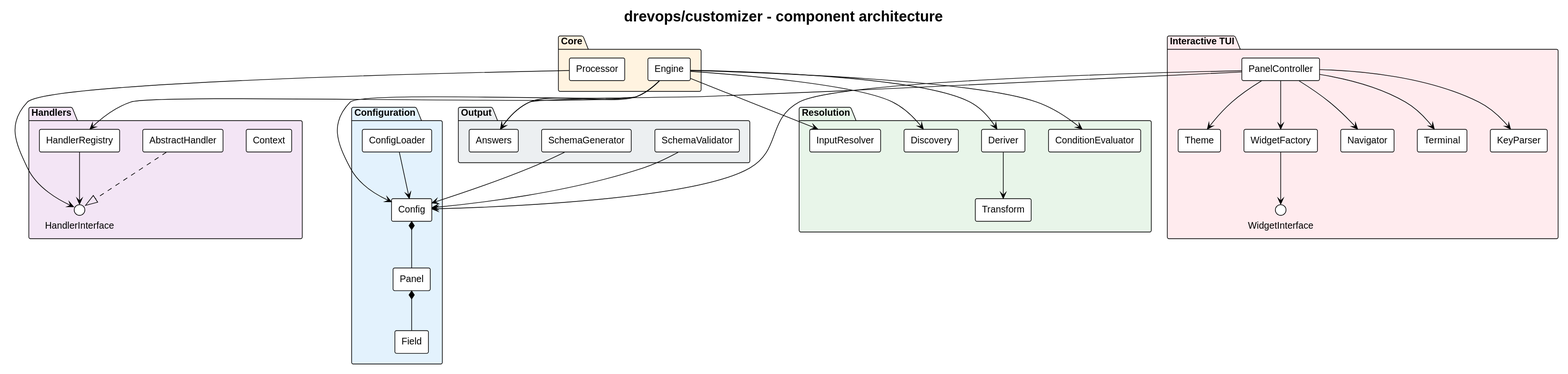
drevops/vortex keeps this PlantUML diagram as .vortex/tui/docs/architecture/architecture.svg. Above is the earlier version. Source of this version:
```plantuml
@startuml
!theme plain
skinparam backgroundColor white
skinparam defaultFontName Helvetica
skinparam shadowing false
skinparam componentStyle rectangle
title drevops/customizer - component architecture

package "Configuration" #E3F2FD {
  [ConfigLoader]
  [Config]
  [Panel]
  [Field]
}

package "Core" #FFF3E0 {
  [Engine]
  [Processor]
}

package "Resolution" #E8F5E9 {
  [InputResolver]
  [Discovery]
  [Deriver]
  [Transform]
  [ConditionEvaluator]
}

package "Handlers" #F3E5F5 {
  [HandlerRegistry]
  interface HandlerInterface
  [AbstractHandler]
  [Context]
}

package "Output" #ECEFF1 {
  [Answers]
  [SchemaGenerator]
  [SchemaValidator]
}

package "Interactive TUI" #FFEBEE {
  [PanelController]
  [Theme]
  [WidgetFactory]
  interface WidgetInterface
  [Navigator]
  [Terminal]
  [KeyParser]
}

[ConfigLoader] --> [Config]
[Config] *-- [Panel]
[Panel] *-- [Field]

[Engine] --> [Config]
[Engine] --> [InputResolver]
[Engine] --> [Discovery]
[Engine] --> [Deriver]
[Deriver] --> [Transform]
[Engine] --> [ConditionEvaluator]
[Engine] --> [HandlerRegistry]
[HandlerRegistry] --> HandlerInterface
[AbstractHandler] ..|> HandlerInterface
[Engine] --> [Answers]
[Processor] --> HandlerInterface

[SchemaGenerator] --> [Config]
[SchemaValidator] --> [Config]

[PanelController] --> [Config]
[PanelController] --> [Theme]
[PanelController] --> [WidgetFactory]
[WidgetFactory] --> WidgetInterface
[PanelController] --> [Navigator]
[PanelController] --> [Terminal]
[PanelController] --> [KeyParser]
[PanelController] --> [Answers]
@enduml
```
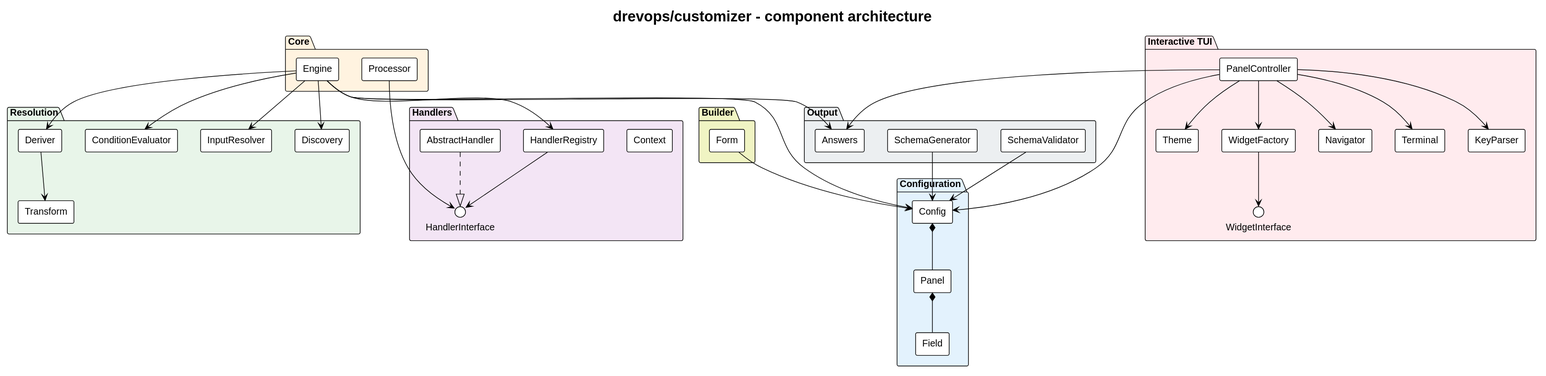
Above is the later version.

Change to the diagram source:
```diff
@@ -6,8 +6,11 @@
 skinparam componentStyle rectangle
 title drevops/customizer - component architecture
 
+package "Builder" #F0F4C3 {
+  [Form]
+}
+
 package "Configuration" #E3F2FD {
-  [ConfigLoader]
   [Config]
   [Panel]
   [Field]
@@ -49,7 +52,7 @@
   [KeyParser]
 }
 
-[ConfigLoader] --> [Config]
+[Form] --> [Config]
 [Config] *-- [Panel]
 [Panel] *-- [Field]
 
```
